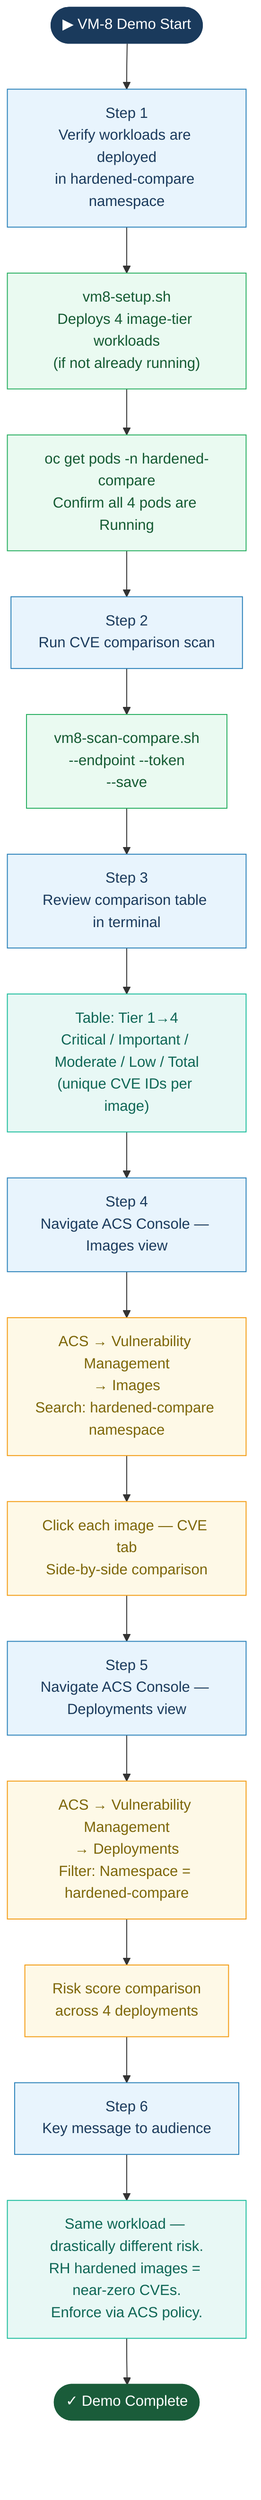
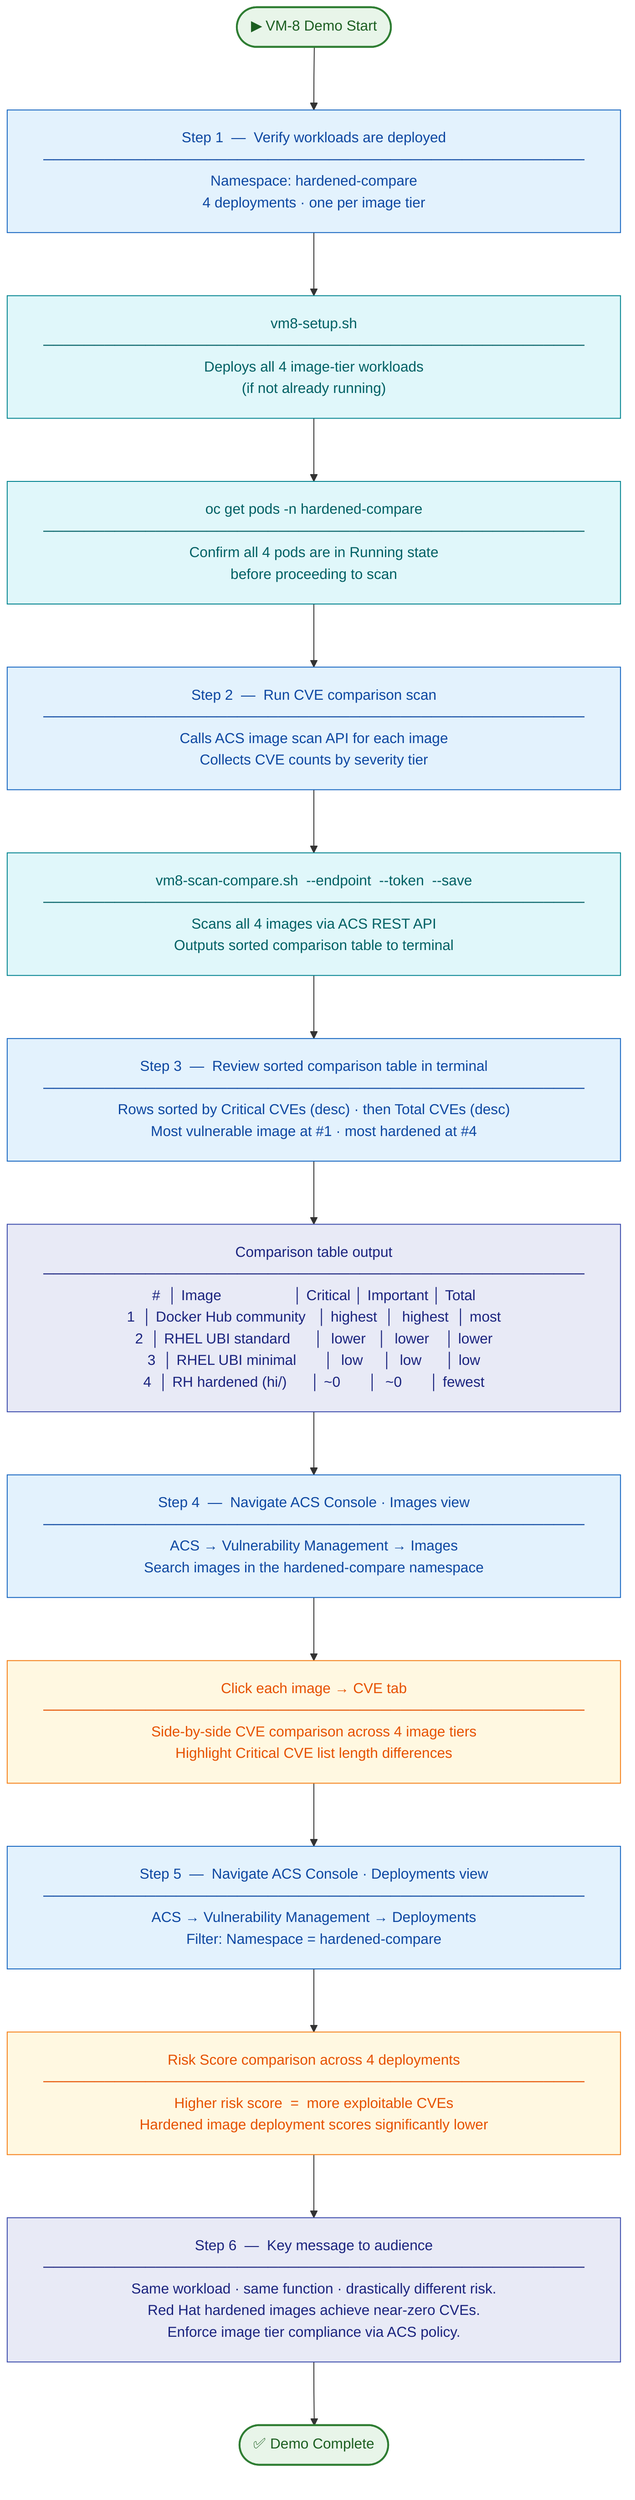
+ %%{init: {'flowchart': {'padding': 20, 'nodeSpacing': 50, 'rankSpacing': 70, 'wrappingWidth': 500}}}%%
flowchart TD
-     classDef start    fill:#1a3a5c,stroke:#1a3a5c,color:#ffffff
-     classDef step     fill:#e8f4fd,stroke:#2980b9,color:#1a3a5c
-     classDef script   fill:#eafaf1,stroke:#27ae60,color:#145a32
-     classDef acs      fill:#fef9e7,stroke:#f39c12,color:#7d6608
-     classDef decision fill:#fdf2f8,stroke:#8e44ad,color:#4a235a
-     classDef result   fill:#e8f8f5,stroke:#1abc9c,color:#0e6655
-     classDef done     fill:#1a5c3a,stroke:#1a5c3a,color:#ffffff
+     classDef start    fill:#e8f5e9,stroke:#2e7d32,color:#1b5e20,stroke-width:2px
+     classDef done     fill:#e8f5e9,stroke:#2e7d32,color:#1b5e20,stroke-width:2px
+     classDef step     fill:#e3f2fd,stroke:#1565c0,color:#0d47a1,stroke-width:1px
+     classDef script   fill:#e0f7fa,stroke:#00838f,color:#006064,stroke-width:1px
+     classDef acs      fill:#fff8e1,stroke:#f57f17,color:#e65100,stroke-width:1px
+     classDef result   fill:#e8eaf6,stroke:#3949ab,color:#1a237e,stroke-width:1px

-     START(["▶ VM-8 Demo Start"]):::start
+     START(["▶  VM-8 Demo Start"]):::start

-     S1["Step 1\nVerify workloads are deployed\nin hardened-compare namespace"]:::step
-     S1A["vm8-setup.sh\nDeploys 4 image-tier workloads\n(if not already running)"]:::script
-     S1B["oc get pods -n hardened-compare\nConfirm all 4 pods are Running"]:::script
+     S1["Step 1  —  Verify workloads are deployed\n─────────────────────────────────────────────────────\nNamespace: hardened-compare\n4 deployments · one per image tier"]:::step

-     S2["Step 2\nRun CVE comparison scan"]:::step
-     S2A["vm8-scan-compare.sh\n--endpoint --token\n--save"]:::script
+     S1A["vm8-setup.sh\n─────────────────────────────────────────────────────\nDeploys all 4 image-tier workloads\n(if not already running)"]:::script

-     S3["Step 3\nReview comparison table in terminal"]:::step
-     S3A["Table: Tier 1→4\nCritical / Important / Moderate / Low / Total\n(unique CVE IDs per image)"]:::result
+     S1B["oc get pods -n hardened-compare\n─────────────────────────────────────────────────────\nConfirm all 4 pods are in Running state\nbefore proceeding to scan"]:::script

-     S4["Step 4\nNavigate ACS Console — Images view"]:::step
-     S4A["ACS → Vulnerability Management\n→ Images\nSearch: hardened-compare namespace"]:::acs
-     S4B["Click each image — CVE tab\nSide-by-side comparison"]:::acs
+     S2["Step 2  —  Run CVE comparison scan\n─────────────────────────────────────────────────────\nCalls ACS image scan API for each image\nCollects CVE counts by severity tier"]:::step

-     S5["Step 5\nNavigate ACS Console — Deployments view"]:::step
-     S5A["ACS → Vulnerability Management\n→ Deployments\nFilter: Namespace = hardened-compare"]:::acs
-     S5B["Risk score comparison\nacross 4 deployments"]:::acs
+     S2A["vm8-scan-compare.sh  --endpoint  --token  --save\n─────────────────────────────────────────────────────\nScans all 4 images via ACS REST API\nOutputs sorted comparison table to terminal"]:::script

-     S6["Step 6\nKey message to audience"]:::step
-     S6A["Same workload — drastically different risk.\nRH hardened images = near-zero CVEs.\nEnforce via ACS policy."]:::result
+     S3["Step 3  —  Review sorted comparison table in terminal\n─────────────────────────────────────────────────────\nRows sorted by Critical CVEs (desc) · then Total CVEs (desc)\nMost vulnerable image at #1 · most hardened at #4"]:::step

-     DONE(["✓ Demo Complete"]):::done
+     S3A["Comparison table output\n─────────────────────────────────────────────────────\n#  │ Image                  │ Critical │ Important │ Total\n1  │ Docker Hub community   │ highest  │  highest  │ most\n2  │ RHEL UBI standard      │  lower   │  lower    │ lower\n3  │ RHEL UBI minimal       │  low     │  low      │ low\n4  │ RH hardened (hi/)      │ ~0       │  ~0       │ fewest"]:::result

-     START --> S1
-     S1 --> S1A
-     S1A --> S1B
-     S1B --> S2
-     S2 --> S2A
-     S2A --> S3
-     S3 --> S3A
-     S3A --> S4
-     S4 --> S4A
-     S4A --> S4B
-     S4B --> S5
-     S5 --> S5A
-     S5A --> S5B
-     S5B --> S6
-     S6 --> S6A
-     S6A --> DONE
+     S4["Step 4  —  Navigate ACS Console · Images view\n─────────────────────────────────────────────────────\nACS → Vulnerability Management → Images\nSearch images in the hardened-compare namespace"]:::step
+ 
+     S4A["Click each image → CVE tab\n─────────────────────────────────────────────────────\nSide-by-side CVE comparison across 4 image tiers\nHighlight Critical CVE list length differences"]:::acs
+ 
+     S5["Step 5  —  Navigate ACS Console · Deployments view\n─────────────────────────────────────────────────────\nACS → Vulnerability Management → Deployments\nFilter: Namespace = hardened-compare"]:::step
+ 
+     S5A["Risk Score comparison across 4 deployments\n─────────────────────────────────────────────────────\nHigher risk score  =  more exploitable CVEs\nHardened image deployment scores significantly lower"]:::acs
+ 
+     S6["Step 6  —  Key message to audience\n─────────────────────────────────────────────────────\nSame workload · same function · drastically different risk.\nRed Hat hardened images achieve near-zero CVEs.\nEnforce image tier compliance via ACS policy."]:::result
+ 
+     DONE(["✅  Demo Complete"]):::done
+ 
+     START --> S1 --> S1A --> S1B --> S2 --> S2A --> S3
+     S3 --> S3A --> S4 --> S4A --> S5 --> S5A --> S6 --> DONE
